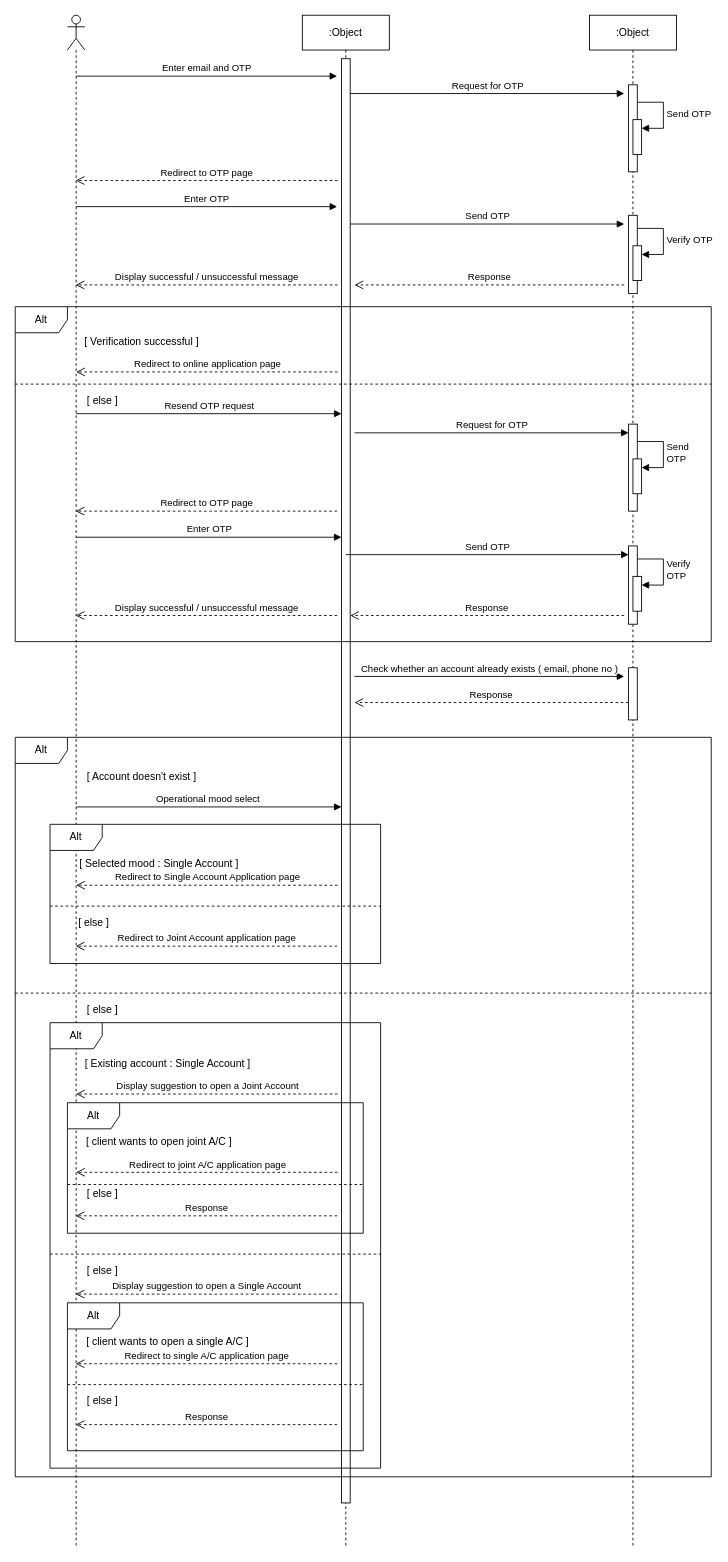
The draw.io diagram src/assets/onboarding_first_demo.drawio in Eritra064/test_repo, before the edit. Source tidied: cells renumbered, new cells numbered last; positions are measured from the earlier drawing's top-left corner, leaving out a move shared by most shapes. Both pictures are drawn from the tidied source at 87%, with x=0, y=0 at pixel (15, 15).
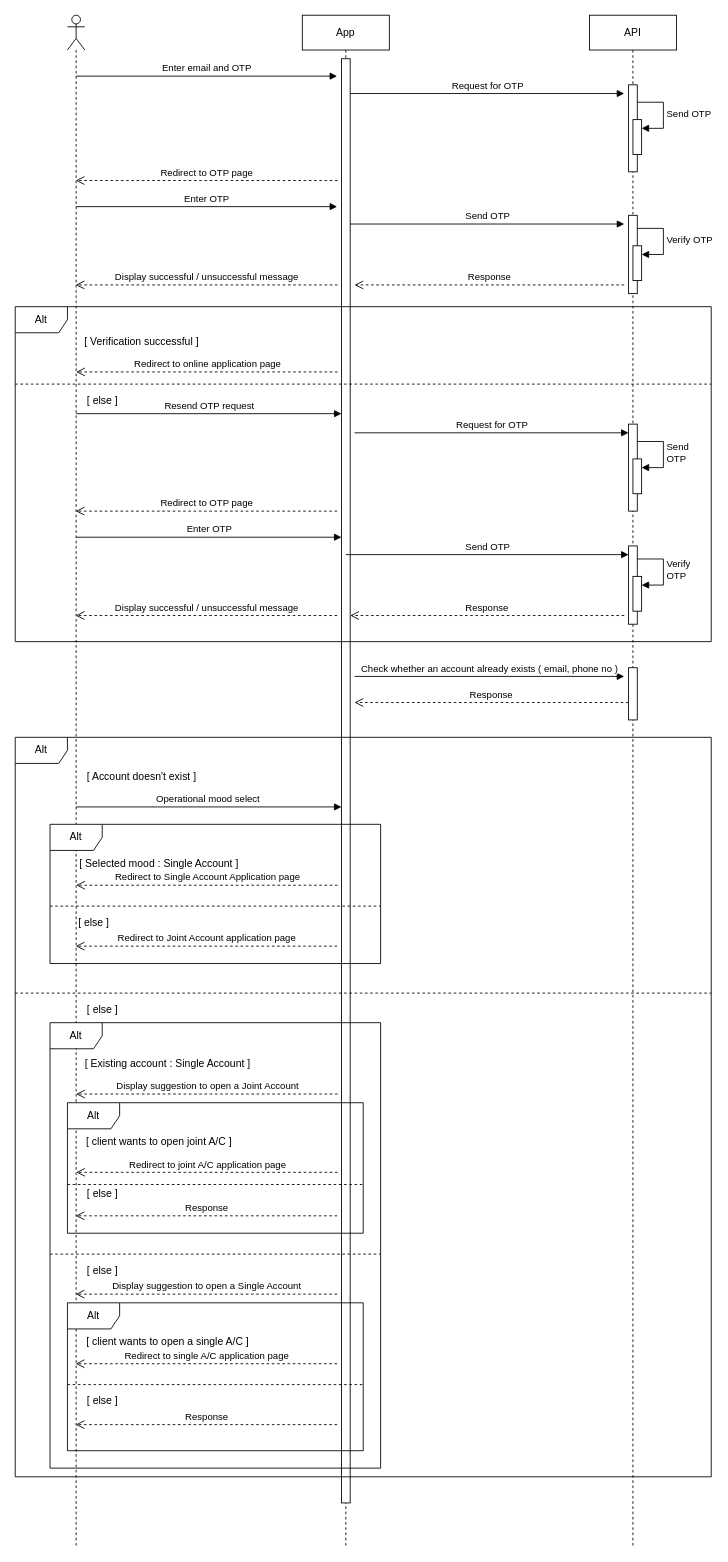
After the change.

Diff of the diagram source:
```diff
@@
-    <mxCell id="3" value=":Object" style="shape=umlLifeline;perimeter=lifelinePerimeter;whiteSpace=wrap;html=1;newEdgeStyle={&quot;curved&quot;:0,&quot;rounded&quot;:0};" parent="1" vertex="1">
+    <mxCell id="3" value="App" style="shape=umlLifeline;perimeter=lifelinePerimeter;whiteSpace=wrap;html=1;newEdgeStyle={&quot;curved&quot;:0,&quot;rounded&quot;:0};" parent="1" vertex="1">
       <mxGeometry x="330" width="100" height="1760" as="geometry" />
     </mxCell>
@@
-    <mxCell id="5" value=":Object" style="shape=umlLifeline;perimeter=lifelinePerimeter;whiteSpace=wrap;html=1;newEdgeStyle={&quot;curved&quot;:0,&quot;rounded&quot;:0};" parent="1" vertex="1">
+    <mxCell id="5" value="API" style="shape=umlLifeline;perimeter=lifelinePerimeter;whiteSpace=wrap;html=1;newEdgeStyle={&quot;curved&quot;:0,&quot;rounded&quot;:0};" parent="1" vertex="1">
       <mxGeometry x="660" width="100" height="1760" as="geometry" />
     </mxCell>
```
